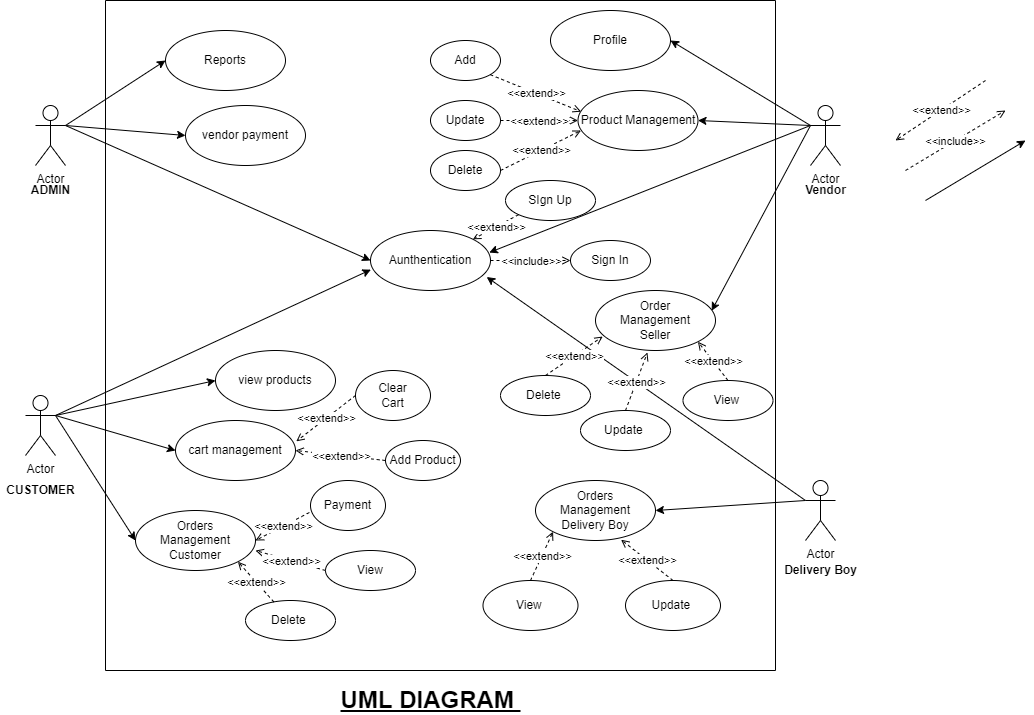
The draw.io diagram Documents/Project UML Stage 3.png in RushikeshMohite1000/Project-SPORTIFY-INDIA, before a commit. Source tidied: cells renumbered, new cells last; positions are measured from the earlier drawing's top-left corner, leaving out a move shared by most shapes.
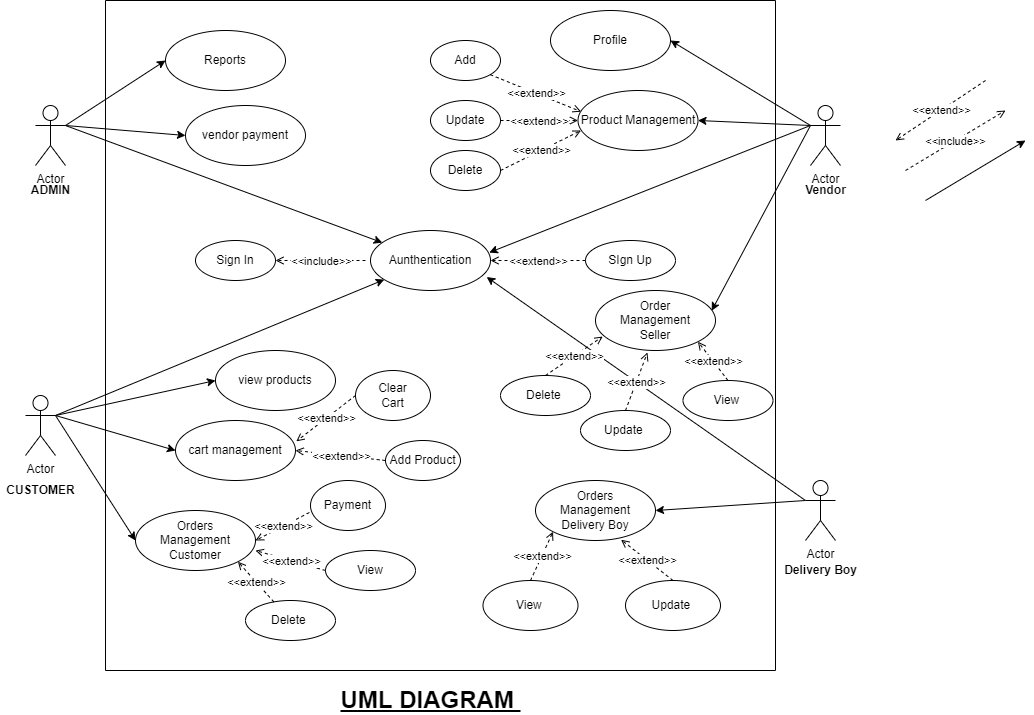
The same diagram one commit later.

Diff of the diagram source:
```diff
@@ -33,10 +33,10 @@
       <mxGeometry x="595" y="290" width="120" height="60" as="geometry" />
     </mxCell>
     <mxCell id="12" value="SIgn Up" style="ellipse;whiteSpace=wrap;html=1;" parent="1" vertex="1">
-      <mxGeometry x="505" y="180" width="90" height="40" as="geometry" />
+      <mxGeometry x="585" y="240" width="90" height="40" as="geometry" />
     </mxCell>
     <mxCell id="13" value="Sign In" style="ellipse;whiteSpace=wrap;html=1;" parent="1" vertex="1">
-      <mxGeometry x="570" y="240" width="80" height="40" as="geometry" />
+      <mxGeometry x="195" y="240" width="80" height="40" as="geometry" />
     </mxCell>
     <mxCell id="14" value="&lt;b&gt;Delivery Boy&lt;/b&gt;" style="text;html=1;align=center;verticalAlign=middle;strokeColor=none;fillColor=none;" parent="1" vertex="1">
       <mxGeometry x="775" y="560" width="90" height="20" as="geometry" />
@@ -53,7 +53,7 @@
     <mxCell id="18" value="view products" style="ellipse;whiteSpace=wrap;html=1;" parent="1" vertex="1">
       <mxGeometry x="215" y="350" width="120" height="60" as="geometry" />
     </mxCell>
-    <mxCell id="19" style="endArrow=classic;html=1;rounded=0;entryX=0.003;entryY=0.653;entryDx=0;entryDy=0;entryPerimeter=0;exitX=1;exitY=0.3333333333333333;exitDx=0;exitDy=0;exitPerimeter=0;" parent="1" edge="1" source="5" target="9">
+    <mxCell id="19" style="endArrow=classic;html=1;rounded=0;exitX=1;exitY=0.3333333333333333;exitDx=0;exitDy=0;exitPerimeter=0;" parent="1" edge="1" source="5" target="9">
       <mxGeometry relative="1" as="geometry" />
     </mxCell>
     <mxCell id="20" style="endArrow=classic;html=1;rounded=0;entryX=0;entryY=0.5;entryDx=0;entryDy=0;exitX=1;exitY=0.3333333333333333;exitDx=0;exitDy=0;exitPerimeter=0;" parent="1" edge="1" source="5" target="18">
@@ -80,7 +80,7 @@
     <mxCell id="27" style="endArrow=classic;html=1;rounded=0;entryX=0.968;entryY=0.337;entryDx=0;entryDy=0;entryPerimeter=0;exitX=0;exitY=0.3333333333333333;exitDx=0;exitDy=0;exitPerimeter=0;" parent="1" edge="1" source="6" target="11">
       <mxGeometry relative="1" as="geometry" />
     </mxCell>
-    <mxCell id="28" style="endArrow=classic;html=1;rounded=0;entryX=0;entryY=0.5;entryDx=0;entryDy=0;exitX=1;exitY=0.3333333333333333;exitDx=0;exitDy=0;exitPerimeter=0;" parent="1" edge="1" source="7" target="9">
+    <mxCell id="28" style="endArrow=classic;html=1;rounded=0;exitX=1;exitY=0.3333333333333333;exitDx=0;exitDy=0;exitPerimeter=0;" parent="1" edge="1" source="7" target="9">
       <mxGeometry relative="1" as="geometry" />
     </mxCell>
     <mxCell id="29" style="endArrow=classic;html=1;rounded=0;entryX=0;entryY=0.5;entryDx=0;entryDy=0;exitX=1;exitY=0.3333333333333333;exitDx=0;exitDy=0;exitPerimeter=0;" parent="1" edge="1" source="7" target="4">
@@ -158,14 +158,16 @@
     <mxCell id="50" value="Update&amp;nbsp;" style="ellipse;whiteSpace=wrap;html=1;" parent="1" vertex="1">
       <mxGeometry x="625" y="580" width="95" height="50" as="geometry" />
     </mxCell>
-    <mxCell id="51" style="endArrow=open;html=1;rounded=0;endFill=0;jumpStyle=none;dashed=1;entryX=1;entryY=0;entryDx=0;entryDy=0;exitX=0;exitY=1;exitDx=0;exitDy=0;" parent="1" edge="1" source="12" target="9">
+    <mxCell id="51" style="endArrow=open;html=1;rounded=0;endFill=0;jumpStyle=none;dashed=1;entryX=1;entryY=0.5;entryDx=0;entryDy=0;exitX=0;exitY=0.5;exitDx=0;exitDy=0;" parent="1" edge="1" source="12" target="9">
       <mxGeometry relative="1" as="geometry" />
     </mxCell>
     <mxCell id="52" value="&amp;lt;&amp;lt;extend&amp;gt;&amp;gt;" style="edgeLabel;html=1;align=center;verticalAlign=middle;fontFamily=Helvetica;" parent="51" vertex="1">
       <mxGeometry relative="1" as="geometry" />
     </mxCell>
-    <mxCell id="53" style="endArrow=open;html=1;rounded=0;endFill=0;jumpStyle=none;dashed=1;entryX=0;entryY=0.5;entryDx=0;entryDy=0;exitX=1;exitY=0.5;exitDx=0;exitDy=0;" parent="1" edge="1" source="9" target="13">
-      <mxGeometry relative="1" as="geometry" />
+    <mxCell id="53" style="endArrow=open;html=1;rounded=0;endFill=0;jumpStyle=none;dashed=1;entryX=1;entryY=0.5;entryDx=0;entryDy=0;" parent="1" edge="1" target="13">
+      <mxGeometry relative="1" as="geometry">
+        <mxPoint x="365" y="260" as="sourcePoint" />
+      </mxGeometry>
     </mxCell>
     <mxCell id="54" value="&amp;lt;&amp;lt;include&amp;gt;&amp;gt;" style="edgeLabel;html=1;align=center;verticalAlign=middle;fontFamily=Helvetica;" parent="53" vertex="1">
       <mxGeometry relative="1" as="geometry" />
```
